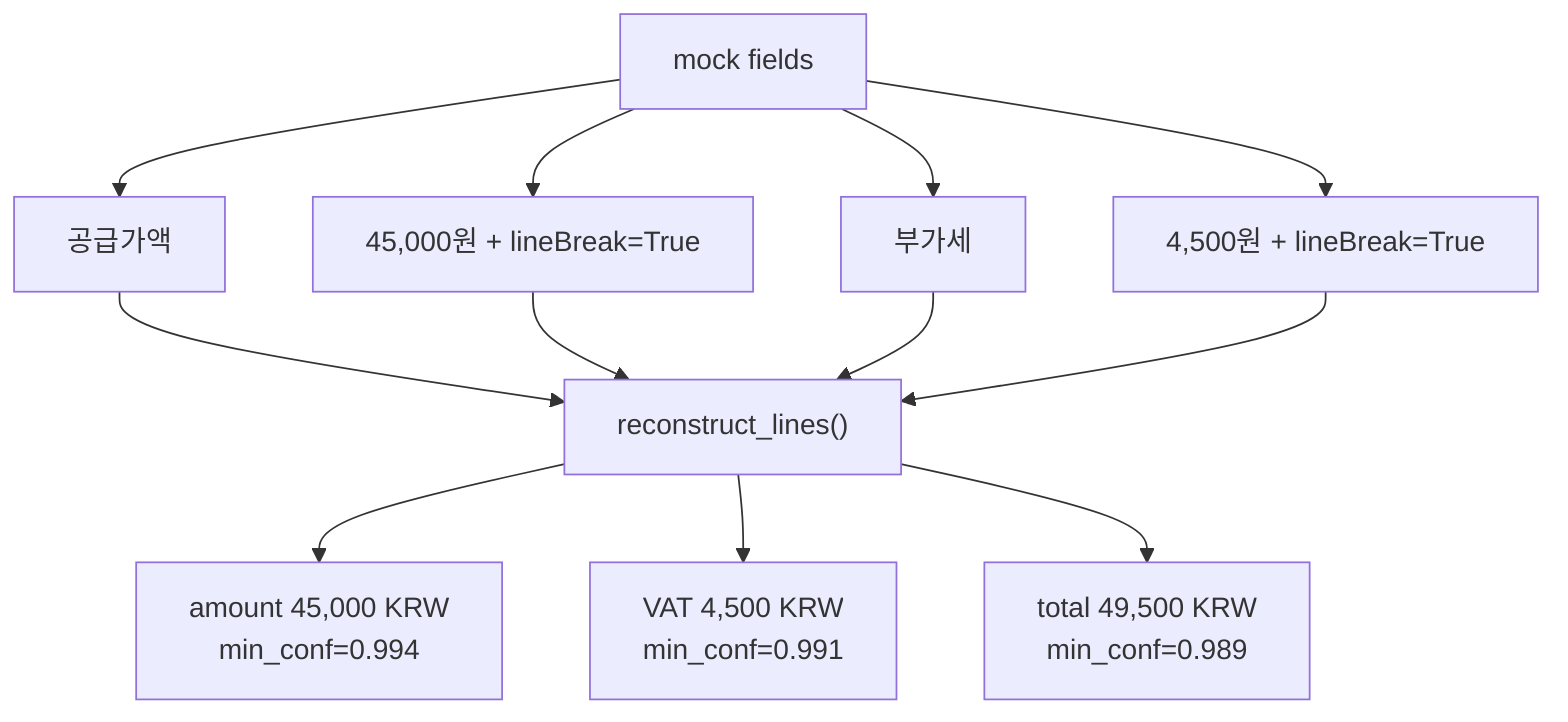
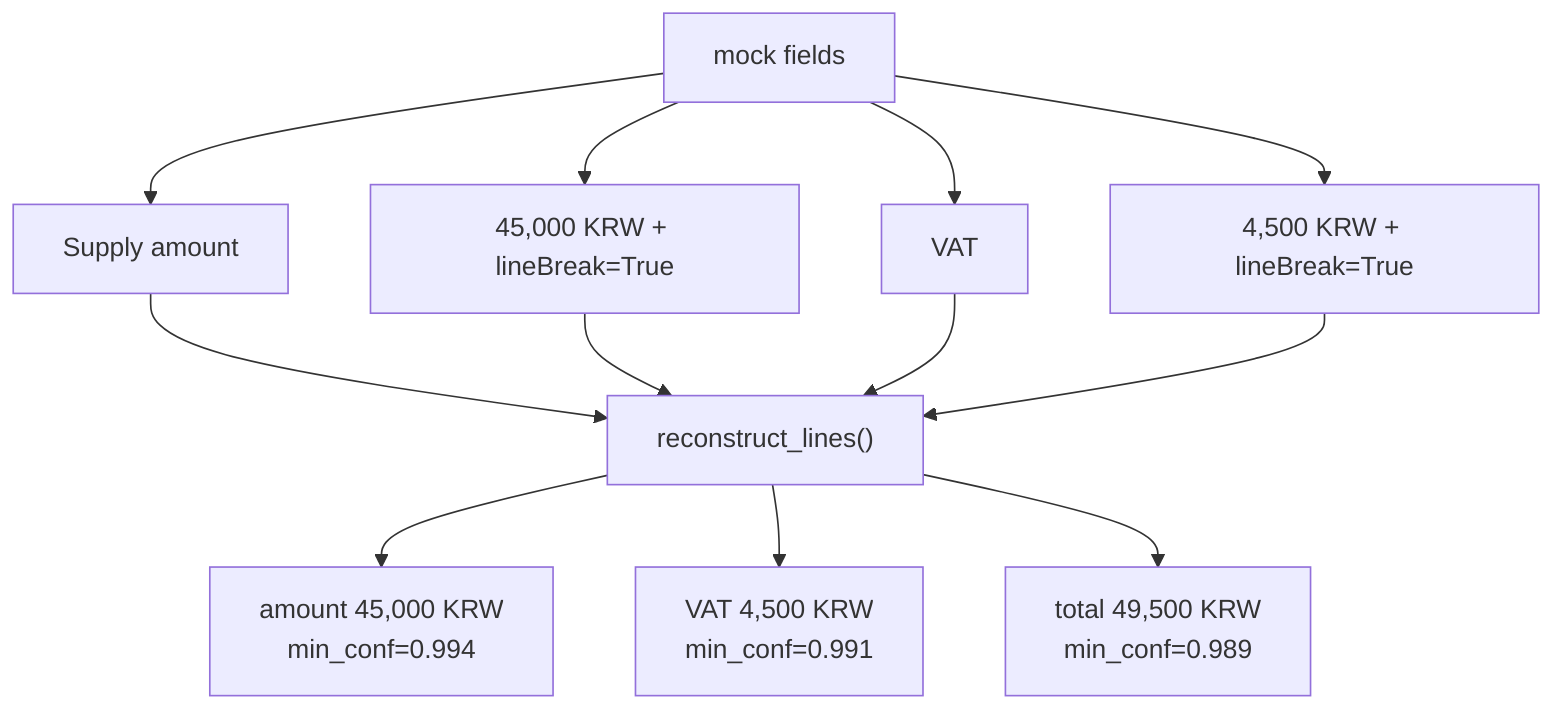
flowchart TD
-     A["mock fields"] --> B["공급가액"]
-     A --> C["45,000원 + lineBreak=True"]
-     A --> D["부가세"]
-     A --> E["4,500원 + lineBreak=True"]
+     A["mock fields"] --> B["Supply amount"]
+     A --> C["45,000 KRW + lineBreak=True"]
+     A --> D["VAT"]
+     A --> E["4,500 KRW + lineBreak=True"]
    B --> F["reconstruct_lines()"]
    C --> F
    D --> F
    E --> F
    F --> G["amount 45,000 KRW\nmin_conf=0.994"]
    F --> H["VAT 4,500 KRW\nmin_conf=0.991"]
    F --> I["total 49,500 KRW\nmin_conf=0.989"]
